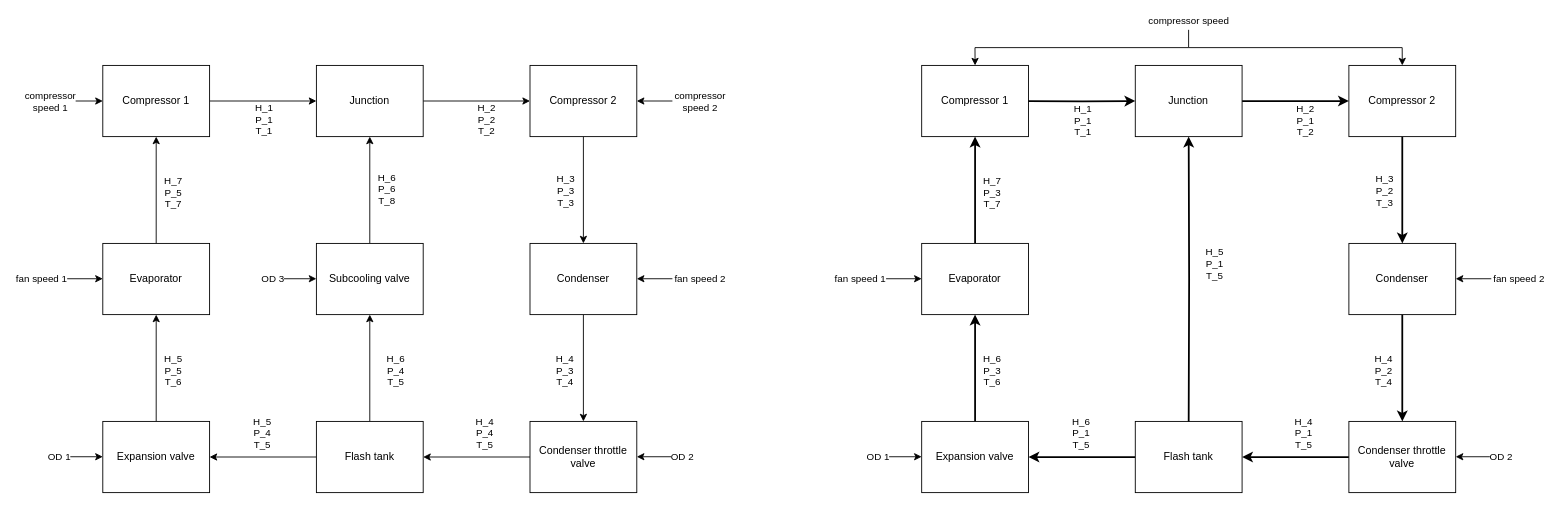
Before: page "Old" (1 of 2) of Graphics/Block Diagram.drawio in kasperlaustsen/CA8_Writings, a draw.io diagram. Source tidied: cells renumbered, new cells numbered last; positions are measured from the earlier drawing's top-left corner, leaving out a move shared by most shapes. Both pictures are drawn from the tidied source at 89%, with x=0, y=0 at pixel (67, 29).
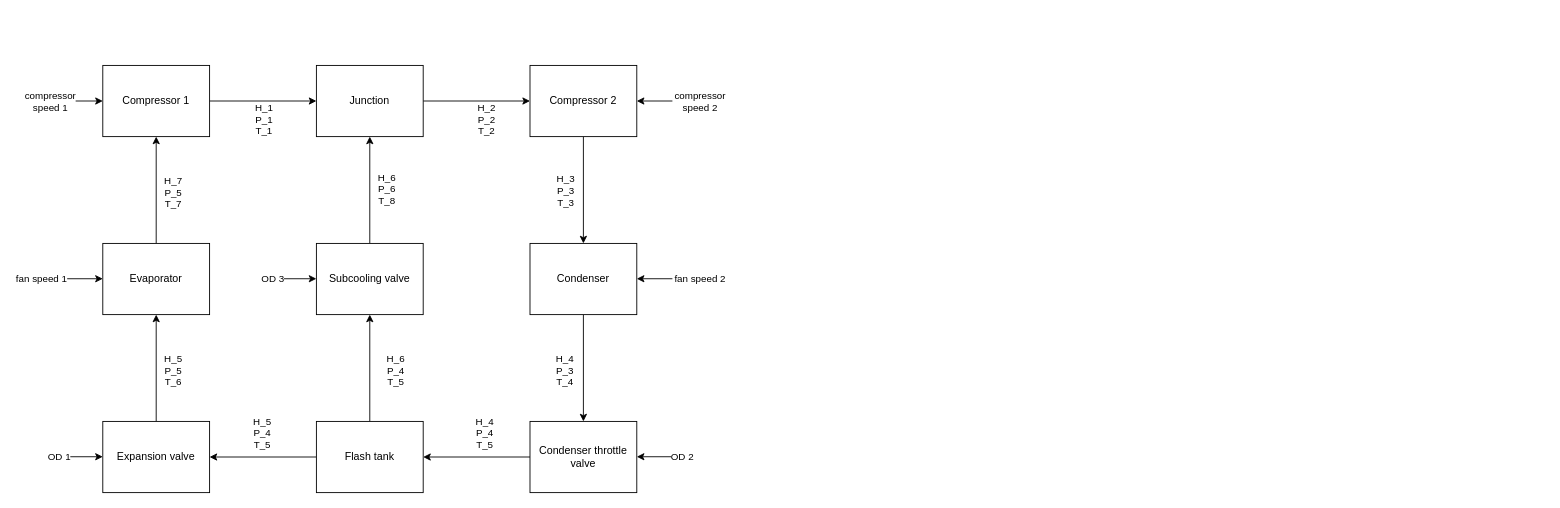
The same diagram, later.

Change to the diagram source:
```diff
@@
-    <mxCell id="45" value="Compressor 1" style="rounded=0;whiteSpace=wrap;html=1;" parent="1" vertex="1">
-      <mxGeometry x="960.1" y="40" width="120" height="80" as="geometry" />
-    </mxCell>
-    <mxCell id="46" style="edgeStyle=orthogonalEdgeStyle;rounded=0;jettySize=auto;html=1;strokeWidth=2;" parent="1" edge="1" source="47" target="49">
-      <mxGeometry relative="1" as="geometry" />
-    </mxCell>
-    <mxCell id="47" value="&lt;span&gt;Compressor 2&lt;/span&gt;" style="rounded=0;whiteSpace=wrap;html=1;" parent="1" vertex="1">
-      <mxGeometry x="1440.1" y="40" width="120" height="80" as="geometry" />
-    </mxCell>
-    <mxCell id="48" style="edgeStyle=orthogonalEdgeStyle;rounded=0;jettySize=auto;html=1;entryX=0.5;entryY=0;entryDx=0;entryDy=0;strokeWidth=2;" parent="1" edge="1" source="49" target="51">
-      <mxGeometry relative="1" as="geometry" />
-    </mxCell>
-    <mxCell id="49" value="Condenser" style="rounded=0;whiteSpace=wrap;html=1;" parent="1" vertex="1">
-      <mxGeometry x="1440.1" y="240" width="120" height="80" as="geometry" />
-    </mxCell>
-    <mxCell id="50" style="edgeStyle=orthogonalEdgeStyle;rounded=0;jettySize=auto;html=1;entryX=1;entryY=0.5;entryDx=0;entryDy=0;strokeWidth=2;" parent="1" edge="1" source="51" target="53">
-      <mxGeometry relative="1" as="geometry" />
-    </mxCell>
-    <mxCell id="51" value="Condenser throttle valve" style="rounded=0;whiteSpace=wrap;html=1;" parent="1" vertex="1">
-      <mxGeometry x="1440.1" y="440" width="120" height="80" as="geometry" />
-    </mxCell>
-    <mxCell id="52" style="edgeStyle=orthogonalEdgeStyle;rounded=0;jettySize=auto;html=1;entryX=1;entryY=0.5;entryDx=0;entryDy=0;strokeWidth=2;" parent="1" edge="1" source="53" target="57">
-      <mxGeometry relative="1" as="geometry" />
-    </mxCell>
-    <mxCell id="53" value="Flash tank" style="rounded=0;whiteSpace=wrap;html=1;" parent="1" vertex="1">
-      <mxGeometry x="1200.1" y="440" width="120" height="80" as="geometry" />
-    </mxCell>
-    <mxCell id="54" style="edgeStyle=orthogonalEdgeStyle;rounded=0;jettySize=auto;html=1;entryX=0.5;entryY=1;entryDx=0;entryDy=0;strokeWidth=2;" parent="1" edge="1" source="55" target="45">
-      <mxGeometry relative="1" as="geometry" />
-    </mxCell>
-    <mxCell id="55" value="Evaporator" style="rounded=0;whiteSpace=wrap;html=1;" parent="1" vertex="1">
-      <mxGeometry x="960.1" y="240" width="120" height="80" as="geometry" />
-    </mxCell>
-    <mxCell id="56" style="edgeStyle=orthogonalEdgeStyle;rounded=0;jettySize=auto;html=1;entryX=0.5;entryY=1;entryDx=0;entryDy=0;strokeWidth=2;" parent="1" edge="1" source="57" target="55">
-      <mxGeometry relative="1" as="geometry" />
-    </mxCell>
-    <mxCell id="57" value="Expansion valve" style="rounded=0;whiteSpace=wrap;html=1;" parent="1" vertex="1">
-      <mxGeometry x="960.1" y="440" width="120" height="80" as="geometry" />
-    </mxCell>
-    <mxCell id="58" value="H_3&lt;br&gt;P_2&lt;br&gt;T_3" style="edgeLabel;html=1;align=center;verticalAlign=middle;" parent="1" vertex="1">
-      <mxGeometry x="1480.1" y="180" as="geometry">
-        <mxPoint x="-1" as="offset" />
-      </mxGeometry>
-    </mxCell>
-    <mxCell id="59" value="H_4&lt;br&gt;P_2&lt;br&gt;T_4" style="edgeLabel;html=1;align=center;verticalAlign=middle;" parent="1" vertex="1">
-      <mxGeometry x="1480.1" y="380" as="geometry">
-        <mxPoint x="-2" y="2" as="offset" />
-      </mxGeometry>
-    </mxCell>
-    <mxCell id="60" value="H_4&lt;br&gt;P_1&lt;br&gt;T_5" style="edgeLabel;html=1;align=center;verticalAlign=middle;" parent="1" vertex="1">
-      <mxGeometry x="1390.1" y="450" as="geometry">
-        <mxPoint x="-2" y="2" as="offset" />
-      </mxGeometry>
-    </mxCell>
-    <mxCell id="61" value="H_6&lt;br&gt;P_1&lt;br&gt;T_5" style="edgeLabel;html=1;align=center;verticalAlign=middle;" parent="1" vertex="1">
-      <mxGeometry x="1140.1" y="450" as="geometry">
-        <mxPoint x="-2" y="2" as="offset" />
-      </mxGeometry>
-    </mxCell>
-    <mxCell id="62" value="H_6&lt;br&gt;P_3&lt;br&gt;T_6" style="edgeLabel;html=1;align=center;verticalAlign=middle;" parent="1" vertex="1">
-      <mxGeometry x="1040.1" y="380" as="geometry">
-        <mxPoint x="-2" y="2" as="offset" />
-      </mxGeometry>
-    </mxCell>
-    <mxCell id="63" value="H_7&lt;br&gt;P_3&lt;br&gt;T_7" style="edgeLabel;html=1;align=center;verticalAlign=middle;" parent="1" vertex="1">
-      <mxGeometry x="1040.1" y="180" as="geometry">
-        <mxPoint x="-2" y="2" as="offset" />
-      </mxGeometry>
-    </mxCell>
-    <mxCell id="64" style="endArrow=classic;html=1;rounded=0;entryX=0;entryY=0.5;entryDx=0;entryDy=0;" parent="1" edge="1">
-      <mxGeometry relative="1" as="geometry">
-        <mxPoint x="920.1" y="279.7" as="sourcePoint" />
-        <mxPoint x="960.1" y="279.7" as="targetPoint" />
-      </mxGeometry>
-    </mxCell>
-    <mxCell id="65" value="fan speed 1" style="edgeLabel;html=1;align=center;verticalAlign=middle;" parent="64" vertex="1">
-      <mxGeometry x="-0.46" y="-1" relative="1" as="geometry">
-        <mxPoint x="-41" y="-1" as="offset" />
-      </mxGeometry>
-    </mxCell>
-    <mxCell id="66" style="endArrow=classic;html=1;rounded=0;entryX=1;entryY=0.5;entryDx=0;entryDy=0;" parent="1" edge="1">
-      <mxGeometry relative="1" as="geometry">
-        <mxPoint x="1600.1" y="279.7" as="sourcePoint" />
-        <mxPoint x="1560.1" y="279.7" as="targetPoint" />
-      </mxGeometry>
-    </mxCell>
-    <mxCell id="67" value="fan speed 2" style="edgeLabel;html=1;align=center;verticalAlign=middle;" parent="66" vertex="1">
-      <mxGeometry x="-0.46" y="-1" relative="1" as="geometry">
-        <mxPoint x="41" y="1" as="offset" />
-      </mxGeometry>
-    </mxCell>
-    <mxCell id="68" style="endArrow=classic;html=1;rounded=0;entryX=0;entryY=0.5;entryDx=0;entryDy=0;" parent="1" edge="1">
-      <mxGeometry relative="1" as="geometry">
-        <mxPoint x="920.1" y="479.7" as="sourcePoint" />
-        <mxPoint x="960.1" y="479.7" as="targetPoint" />
-      </mxGeometry>
-    </mxCell>
-    <mxCell id="69" value="OD 1" style="edgeLabel;html=1;align=center;verticalAlign=middle;" parent="68" vertex="1">
-      <mxGeometry x="-0.46" y="-1" relative="1" as="geometry">
-        <mxPoint x="-21" y="-1" as="offset" />
-      </mxGeometry>
-    </mxCell>
-    <mxCell id="70" style="endArrow=classic;html=1;rounded=0;entryX=1;entryY=0.5;entryDx=0;entryDy=0;" parent="1" edge="1">
-      <mxGeometry relative="1" as="geometry">
-        <mxPoint x="1600.1" y="479.7" as="sourcePoint" />
-        <mxPoint x="1560.1" y="479.7" as="targetPoint" />
-      </mxGeometry>
-    </mxCell>
-    <mxCell id="71" value="OD 2" style="edgeLabel;html=1;align=center;verticalAlign=middle;" parent="70" vertex="1">
-      <mxGeometry x="-0.46" y="-1" relative="1" as="geometry">
-        <mxPoint x="21" y="1" as="offset" />
-      </mxGeometry>
-    </mxCell>
-    <mxCell id="72" style="endArrow=classic;html=1;rounded=0;entryX=0.5;entryY=0;entryDx=0;entryDy=0;" parent="1" edge="1" target="45">
-      <mxGeometry relative="1" as="geometry">
-        <mxPoint x="1260" y="20" as="sourcePoint" />
-        <Array as="points">
-          <mxPoint x="1020" y="20" />
-        </Array>
-      </mxGeometry>
-    </mxCell>
-    <mxCell id="73" style="endArrow=classic;html=1;rounded=0;entryX=0.5;entryY=0;entryDx=0;entryDy=0;" parent="1" edge="1" target="47">
-      <mxGeometry relative="1" as="geometry">
-        <mxPoint x="1260" y="20" as="sourcePoint" />
-        <Array as="points">
-          <mxPoint x="1500" y="20" />
-        </Array>
-      </mxGeometry>
-    </mxCell>
-    <mxCell id="74" value="compressor speed" style="edgeStyle=orthogonalEdgeStyle;rounded=0;orthogonalLoop=1;jettySize=auto;html=1;endArrow=none;endFill=0;" parent="1" edge="1">
-      <mxGeometry x="-1" y="-10" relative="1" as="geometry">
-        <mxPoint x="1260" as="sourcePoint" />
-        <mxPoint x="1260" y="20" as="targetPoint" />
-        <mxPoint x="10" y="-10" as="offset" />
-      </mxGeometry>
-    </mxCell>
-    <mxCell id="75" style="edgeStyle=orthogonalEdgeStyle;rounded=0;jettySize=auto;html=1;entryX=0;entryY=0.5;entryDx=0;entryDy=0;strokeWidth=2;" parent="1" edge="1" target="79">
-      <mxGeometry relative="1" as="geometry">
-        <mxPoint x="1080.1" y="80" as="sourcePoint" />
-      </mxGeometry>
-    </mxCell>
-    <mxCell id="76" value="H_1&lt;br&gt;P_1&lt;br&gt;T_1" style="edgeLabel;html=1;align=center;verticalAlign=middle;" parent="75" vertex="1">
-      <mxGeometry x="-0.62" y="-1" relative="1" as="geometry">
-        <mxPoint x="37" y="20" as="offset" />
-      </mxGeometry>
-    </mxCell>
-    <mxCell id="77" style="edgeStyle=orthogonalEdgeStyle;rounded=0;jettySize=auto;html=1;entryX=0.5;entryY=1;entryDx=0;entryDy=0;strokeWidth=2;" parent="1" edge="1" target="79">
-      <mxGeometry relative="1" as="geometry">
-        <mxPoint x="1260.1" y="440" as="sourcePoint" />
-      </mxGeometry>
-    </mxCell>
-    <mxCell id="78" style="edgeStyle=orthogonalEdgeStyle;rounded=0;jettySize=auto;html=1;strokeWidth=2;" parent="1" edge="1" source="79">
-      <mxGeometry relative="1" as="geometry">
-        <mxPoint x="1440.1" y="80" as="targetPoint" />
-      </mxGeometry>
-    </mxCell>
-    <mxCell id="79" value="Junction" style="rounded=0;whiteSpace=wrap;html=1;" parent="1" vertex="1">
-      <mxGeometry x="1200.1" y="40" width="120" height="80" as="geometry" />
-    </mxCell>
-    <mxCell id="80" value="H_2&lt;br&gt;P_1&lt;br&gt;T_2" style="edgeLabel;html=1;align=center;verticalAlign=middle;" parent="1" vertex="1">
-      <mxGeometry x="1390.1" y="101" as="geometry" />
-    </mxCell>
-    <mxCell id="81" value="H_5&lt;br&gt;P_1&lt;br&gt;T_5" style="edgeLabel;html=1;align=center;verticalAlign=middle;" parent="1" vertex="1">
-      <mxGeometry x="1290.1" y="260" as="geometry">
-        <mxPoint x="-2" y="2" as="offset" />
-      </mxGeometry>
-    </mxCell>
```
